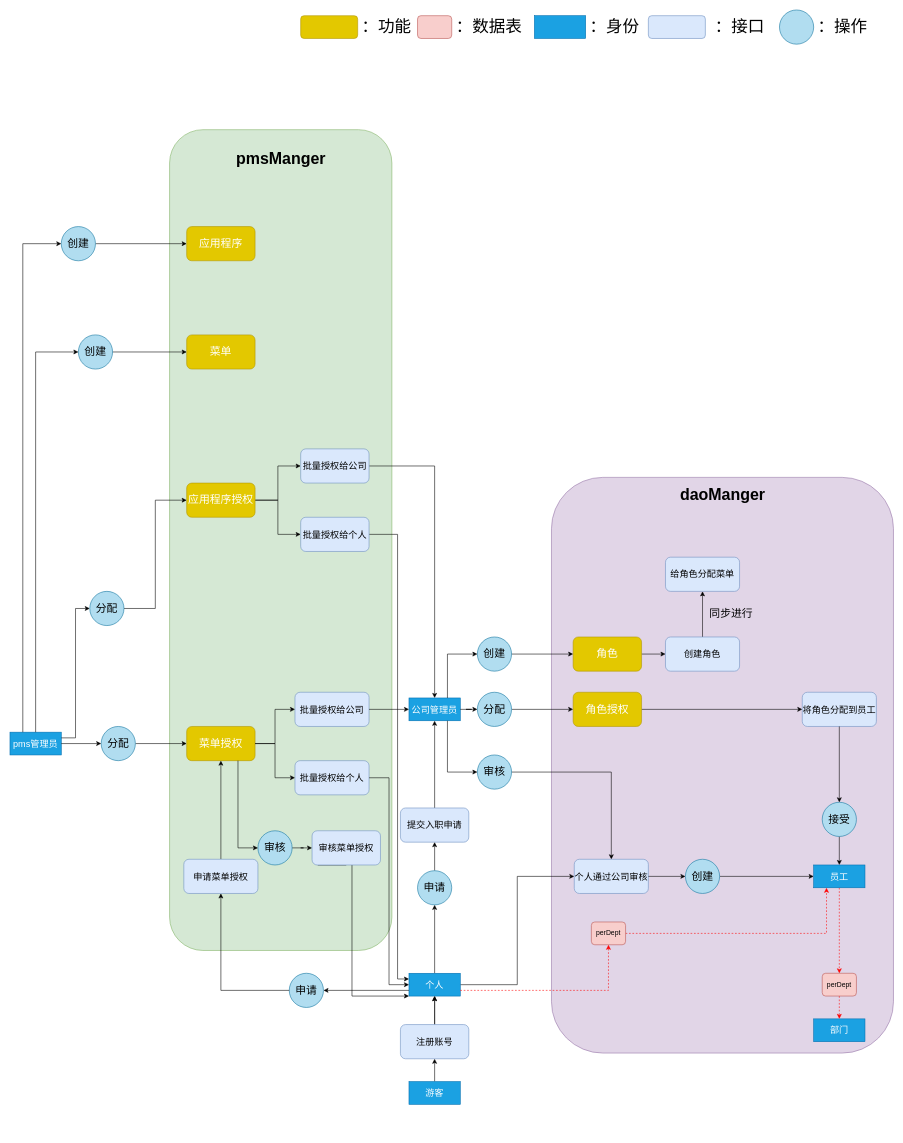
The draw.io diagram 权限管理.drawio in Raox1ngj1ng/mydraw, before the edit. Source tidied: cells renumbered, new cells numbered last; positions are measured from the earlier drawing's top-left corner, leaving out a move shared by most shapes. Both pictures are drawn from the tidied source at 57%, with x=0, y=0 at pixel (10, 10).
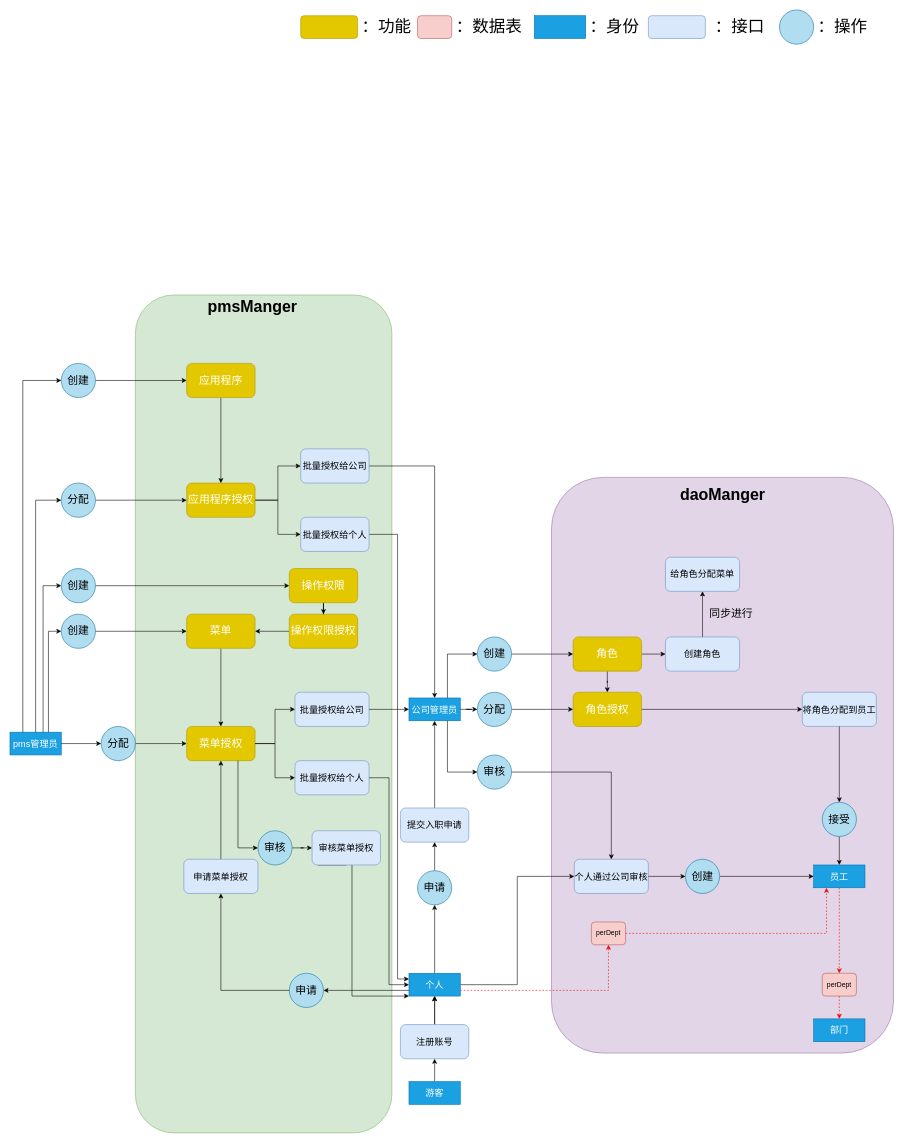
The same diagram, later.

Unchanged cells that the change refers to:
```xml
<mxCell id="10" value="&lt;font style=&quot;font-size: 19px&quot;&gt;应用程序授权&lt;/font&gt;" style="rounded=1;whiteSpace=wrap;html=1;fillColor=#e3c800;strokeColor=#B09500;fontColor=#ffffff;" parent="1" vertex="1">
  <mxGeometry x="310" y="830" width="120" height="60" as="geometry" />
</mxCell>
<mxCell id="27" value="&lt;span style=&quot;font-size: 16px&quot;&gt;pms管理员&lt;/span&gt;" style="rounded=0;whiteSpace=wrap;html=1;fillColor=#1ba1e2;strokeColor=#006EAF;fontColor=#ffffff;" parent="1" vertex="1">
  <mxGeometry y="1267" width="90" height="40" as="geometry" />
</mxCell>
<mxCell id="35" value="&lt;font style=&quot;font-size: 19px&quot;&gt;菜单授权&lt;/font&gt;" style="rounded=1;whiteSpace=wrap;html=1;fillColor=#e3c800;strokeColor=#B09500;fontColor=#ffffff;" parent="1" vertex="1">
  <mxGeometry x="310" y="1257" width="120" height="60" as="geometry" />
</mxCell>
<mxCell id="62" value="&lt;font style=&quot;font-size: 19px&quot;&gt;角色授权&lt;/font&gt;" style="rounded=1;whiteSpace=wrap;html=1;fillColor=#e3c800;strokeColor=#B09500;fontColor=#ffffff;" parent="1" vertex="1">
  <mxGeometry x="988" y="1197" width="120" height="60" as="geometry" />
</mxCell>
<mxCell id="79" value="&lt;span style=&quot;font-size: 19px&quot;&gt;角色&lt;/span&gt;" style="rounded=1;whiteSpace=wrap;html=1;fillColor=#e3c800;strokeColor=#B09500;fontColor=#ffffff;" parent="1" vertex="1">
  <mxGeometry x="988" y="1100" width="120" height="60" as="geometry" />
</mxCell>
```

The edit, as a diff of the source:
```diff
@@
     <mxCell id="2" style="rounded=1;whiteSpace=wrap;html=1;fillColor=#d5e8d4;strokeColor=#82b366;" parent="1" vertex="1">
-      <mxGeometry x="280" y="210" width="390" height="1440" as="geometry" />
+      <mxGeometry x="220" y="500" width="450" height="1470" as="geometry" />
     </mxCell>
@@
     <mxCell id="40" value="&lt;b&gt;&lt;font style=&quot;font-size: 28px&quot;&gt;pmsManger&lt;/font&gt;&lt;/b&gt;" style="text;html=1;align=center;verticalAlign=middle;" parent="1" vertex="1">
-      <mxGeometry x="390" y="250" width="170" height="20" as="geometry" />
+      <mxGeometry x="340" y="510" width="170" height="20" as="geometry" />
     </mxCell>
@@
+    <mxCell id="101" style="edgeStyle=orthogonalEdgeStyle;rounded=0;jettySize=auto;html=1;strokeColor=#000000;strokeWidth=1;" parent="1" edge="1" source="58" target="10">
+      <mxGeometry relative="1" as="geometry" />
+    </mxCell>
     <mxCell id="58" value="&lt;font style=&quot;font-size: 19px&quot;&gt;应用程序&lt;/font&gt;" style="rounded=1;whiteSpace=wrap;html=1;fillColor=#e3c800;strokeColor=#B09500;fontColor=#ffffff;" parent="1" vertex="1">
-      <mxGeometry x="310" y="380" width="120" height="60" as="geometry" />
+      <mxGeometry x="310" y="620" width="120" height="60" as="geometry" />
     </mxCell>
@@
+    <mxCell id="102" style="edgeStyle=orthogonalEdgeStyle;rounded=0;jettySize=auto;html=1;entryX=0.5;entryY=0;entryDx=0;entryDy=0;strokeColor=#000000;strokeWidth=1;" parent="1" edge="1" source="60" target="35">
+      <mxGeometry relative="1" as="geometry" />
+    </mxCell>
+    <mxCell id="103" style="edgeStyle=orthogonalEdgeStyle;rounded=0;jettySize=auto;html=1;exitX=1;exitY=0.5;exitDx=0;exitDy=0;entryX=0;entryY=0.5;entryDx=0;entryDy=0;strokeColor=#000000;strokeWidth=1;" parent="1" edge="1" source="109" target="108">
+      <mxGeometry relative="1" as="geometry" />
+    </mxCell>
     <mxCell id="60" value="&lt;font style=&quot;font-size: 19px&quot;&gt;菜单&lt;/font&gt;" style="rounded=1;whiteSpace=wrap;html=1;fillColor=#e3c800;strokeColor=#B09500;fontColor=#ffffff;" parent="1" vertex="1">
-      <mxGeometry x="310" y="570" width="120" height="60" as="geometry" />
+      <mxGeometry x="310" y="1060" width="120" height="60" as="geometry" />
     </mxCell>
@@
     <mxCell id="63" value="&lt;font style=&quot;font-size: 19px&quot;&gt;分配&lt;/font&gt;" style="ellipse;whiteSpace=wrap;html=1;fillColor=#b1ddf0;strokeColor=#10739e;" parent="1" vertex="1">
-      <mxGeometry x="140" y="1020" width="60" height="60" as="geometry" />
+      <mxGeometry x="90" y="830" width="60" height="60" as="geometry" />
     </mxCell>
-    <mxCell id="64" style="edgeStyle=orthogonalEdgeStyle;rounded=0;jettySize=auto;html=1;entryX=0;entryY=0.5;entryDx=0;entryDy=0;exitX=1;exitY=0.25;exitDx=0;exitDy=0;" parent="1" edge="1" source="27" target="63">
+    <mxCell id="64" style="edgeStyle=orthogonalEdgeStyle;rounded=0;jettySize=auto;html=1;entryX=0;entryY=0.5;entryDx=0;entryDy=0;exitX=0.5;exitY=0;exitDx=0;exitDy=0;" parent="1" edge="1" source="27" target="63">
       <mxGeometry relative="1" as="geometry" />
     </mxCell>
@@
     <mxCell id="68" value="&lt;font style=&quot;font-size: 19px&quot;&gt;创建&lt;/font&gt;" style="ellipse;whiteSpace=wrap;html=1;fillColor=#b1ddf0;strokeColor=#10739e;" parent="1" vertex="1">
-      <mxGeometry x="120" y="570" width="60" height="60" as="geometry" />
+      <mxGeometry x="90" y="1060" width="60" height="60" as="geometry" />
     </mxCell>
-    <mxCell id="69" style="edgeStyle=orthogonalEdgeStyle;rounded=0;jettySize=auto;html=1;strokeWidth=1;exitX=0.5;exitY=0;exitDx=0;exitDy=0;entryX=0;entryY=0.5;entryDx=0;entryDy=0;" parent="1" edge="1" source="27" target="68">
+    <mxCell id="69" style="edgeStyle=orthogonalEdgeStyle;rounded=0;jettySize=auto;html=1;strokeWidth=1;exitX=0.75;exitY=0;exitDx=0;exitDy=0;entryX=0;entryY=0.5;entryDx=0;entryDy=0;" parent="1" edge="1" source="27" target="68">
       <mxGeometry relative="1" as="geometry" />
     </mxCell>
     <mxCell id="70" value="&lt;font style=&quot;font-size: 19px&quot;&gt;创建&lt;/font&gt;" style="ellipse;whiteSpace=wrap;html=1;fillColor=#b1ddf0;strokeColor=#10739e;" parent="1" vertex="1">
-      <mxGeometry x="90" y="380" width="60" height="60" as="geometry" />
+      <mxGeometry x="90" y="620" width="60" height="60" as="geometry" />
     </mxCell>
     <mxCell id="71" style="edgeStyle=orthogonalEdgeStyle;rounded=0;jettySize=auto;html=1;exitX=0.25;exitY=0;exitDx=0;exitDy=0;strokeColor=#000000;strokeWidth=1;entryX=0;entryY=0.5;entryDx=0;entryDy=0;" parent="1" edge="1" source="27" target="70">
       <mxGeometry relative="1" as="geometry">
         <Array as="points">
-          <mxPoint x="23" y="410" />
+          <mxPoint x="23" y="650" />
         </Array>
       </mxGeometry>
     </mxCell>
@@
+    <mxCell id="104" style="edgeStyle=orthogonalEdgeStyle;rounded=0;jettySize=auto;html=1;entryX=0.5;entryY=0;entryDx=0;entryDy=0;strokeColor=#000000;strokeWidth=1;" parent="1" edge="1" source="79" target="62">
+      <mxGeometry relative="1" as="geometry" />
+    </mxCell>
@@
+    <mxCell id="105" style="edgeStyle=orthogonalEdgeStyle;rounded=0;jettySize=auto;html=1;entryX=1;entryY=0.5;entryDx=0;entryDy=0;strokeColor=#000000;strokeWidth=1;" parent="1" edge="1" source="106" target="60">
+      <mxGeometry relative="1" as="geometry" />
+    </mxCell>
+    <mxCell id="106" value="&lt;font style=&quot;font-size: 19px&quot;&gt;操作权限授权&lt;/font&gt;" style="rounded=1;whiteSpace=wrap;html=1;fillColor=#e3c800;strokeColor=#B09500;fontColor=#ffffff;" parent="1" vertex="1">
+      <mxGeometry x="490" y="1060" width="120" height="60" as="geometry" />
+    </mxCell>
+    <mxCell id="107" style="edgeStyle=orthogonalEdgeStyle;rounded=0;jettySize=auto;html=1;entryX=0.5;entryY=0;entryDx=0;entryDy=0;strokeColor=#000000;strokeWidth=1;" parent="1" edge="1" source="108" target="106">
+      <mxGeometry relative="1" as="geometry" />
+    </mxCell>
+    <mxCell id="108" value="&lt;font style=&quot;font-size: 19px&quot;&gt;操作权限&lt;/font&gt;" style="rounded=1;whiteSpace=wrap;html=1;fillColor=#e3c800;strokeColor=#B09500;fontColor=#ffffff;" parent="1" vertex="1">
+      <mxGeometry x="490" y="980" width="120" height="60" as="geometry" />
+    </mxCell>
+    <mxCell id="109" value="&lt;font style=&quot;font-size: 19px&quot;&gt;创建&lt;/font&gt;" style="ellipse;whiteSpace=wrap;html=1;fillColor=#b1ddf0;strokeColor=#10739e;" parent="1" vertex="1">
+      <mxGeometry x="90" y="980" width="60" height="60" as="geometry" />
+    </mxCell>
+    <mxCell id="110" style="edgeStyle=orthogonalEdgeStyle;rounded=0;jettySize=auto;html=1;exitX=0.646;exitY=-0.001;exitDx=0;exitDy=0;entryX=0;entryY=0.5;entryDx=0;entryDy=0;strokeColor=#000000;strokeWidth=1;exitPerimeter=0;" parent="1" edge="1" source="27" target="109">
+      <mxGeometry relative="1" as="geometry" />
+    </mxCell>
```
